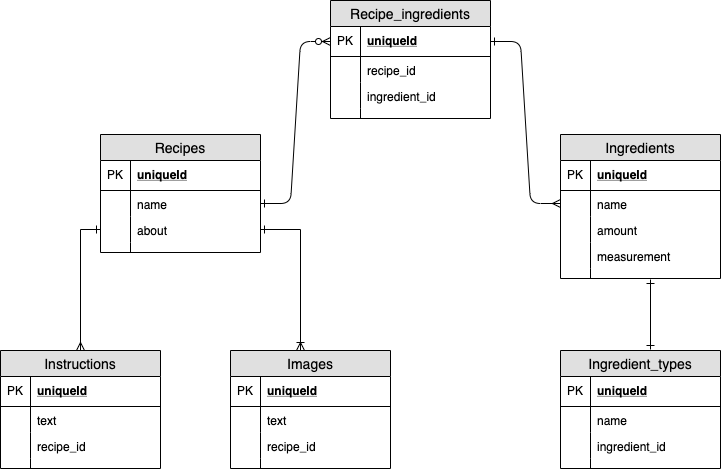
Earlier version of the draw.io export ERD.png (wilfredloh/abv-recipes). Source tidied: cells renumbered, new cells last; positions are measured from the earlier drawing's top-left corner, leaving out a move shared by most shapes.
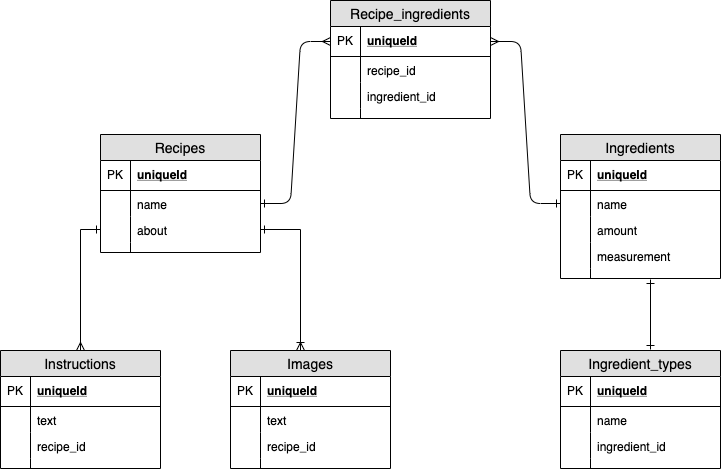
After the commit.

Commit message:
chore: replaced erd diagram and updated readme

What changed in the source:
```diff
@@ -173,10 +173,10 @@
     <mxCell id="58" style="shape=partialRectangle;top=0;left=0;bottom=0;fillColor=none;align=left;verticalAlign=top;spacingLeft=4;spacingRight=4;overflow=hidden;fontSize=12;" parent="57" vertex="1">
       <mxGeometry width="30" height="10" as="geometry" />
     </mxCell>
-    <mxCell id="59" style="edgeStyle=entityRelationEdgeStyle;fontSize=12;html=1;endArrow=ERzeroToMany;endFill=1;entryX=0;entryY=0.5;entryDx=0;entryDy=0;exitX=1;exitY=0.5;exitDx=0;exitDy=0;startArrow=ERone;startFill=0;" parent="1" edge="1" source="5" target="32">
+    <mxCell id="59" style="edgeStyle=entityRelationEdgeStyle;fontSize=12;html=1;endArrow=ERmany;endFill=0;entryX=0;entryY=0.5;entryDx=0;entryDy=0;exitX=1;exitY=0.5;exitDx=0;exitDy=0;startArrow=ERone;startFill=0;" parent="1" edge="1" source="5" target="32">
       <mxGeometry relative="1" as="geometry" />
     </mxCell>
-    <mxCell id="60" style="edgeStyle=entityRelationEdgeStyle;fontSize=12;html=1;endArrow=ERmany;endFill=0;entryX=0;entryY=0.5;entryDx=0;entryDy=0;exitX=1;exitY=0.5;exitDx=0;exitDy=0;startArrow=ERone;startFill=0;" parent="1" edge="1" source="32" target="14">
+    <mxCell id="60" style="edgeStyle=entityRelationEdgeStyle;fontSize=12;html=1;endArrow=ERone;endFill=0;entryX=0;entryY=0.5;entryDx=0;entryDy=0;exitX=1;exitY=0.5;exitDx=0;exitDy=0;startArrow=ERmany;startFill=0;" parent="1" edge="1" source="32" target="14">
       <mxGeometry relative="1" as="geometry" />
     </mxCell>
     <mxCell id="61" style="edgeStyle=orthogonalEdgeStyle;rounded=0;jettySize=auto;html=1;entryX=1;entryY=0.5;entryDx=0;entryDy=0;startArrow=ERoneToMany;startFill=0;endArrow=ERone;endFill=0;" parent="1" edge="1" target="7">
```
